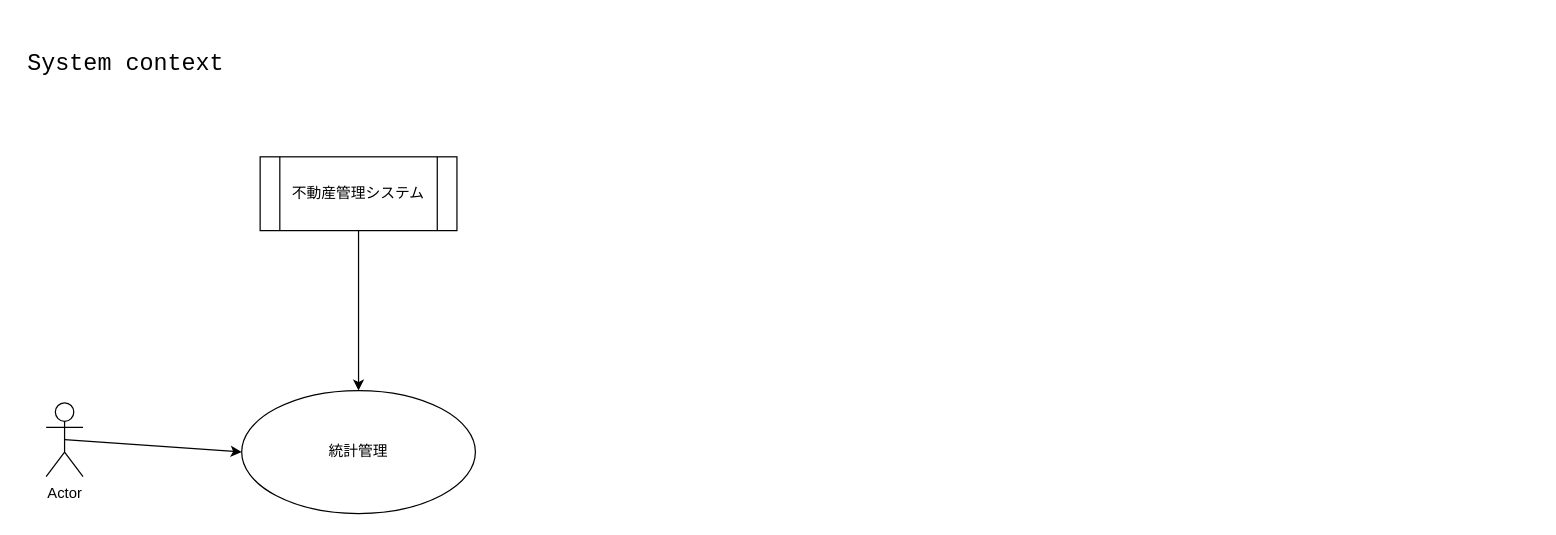
Earlier version of the draw.io diagram page "architecture" (1 of 4) of test.drawio (simple321vip/violin-controller). Source tidied: cells renumbered, new cells numbered last; positions are measured from the earlier drawing's top-left corner, leaving out a move shared by most shapes. Both pictures are drawn from the tidied source at 123%, with x=0, y=0 at pixel (21, 46).
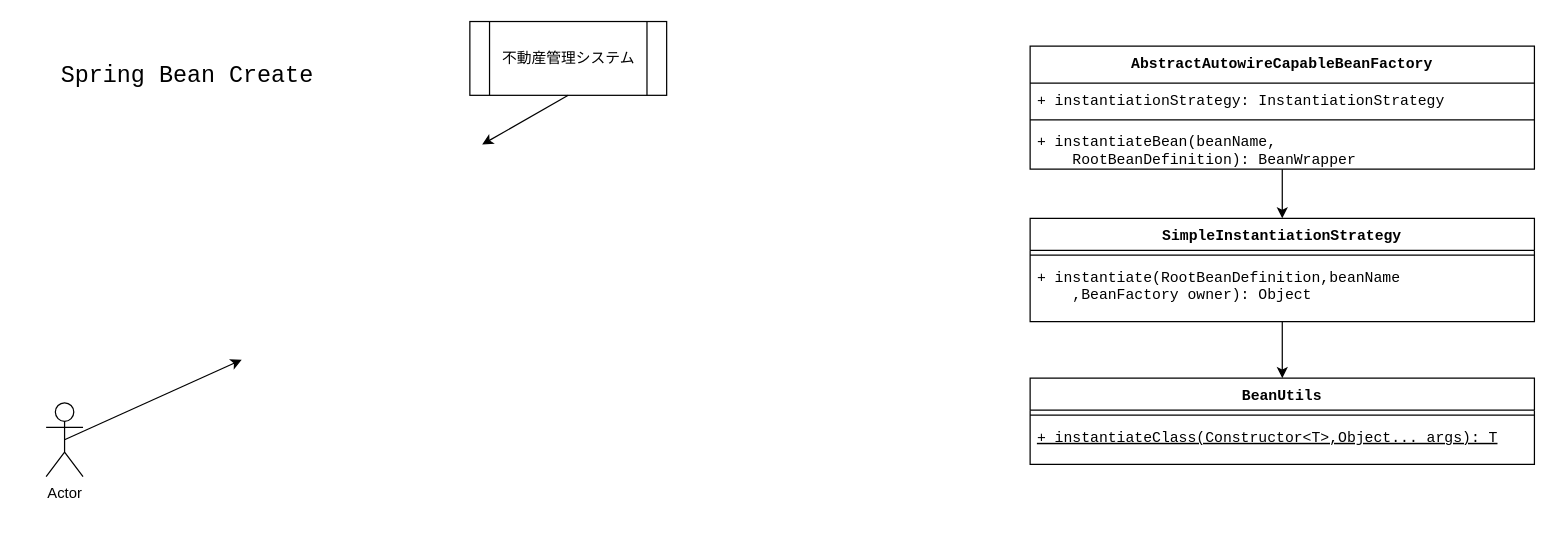
After the change.

The change refers to these unchanged cells:
```xml
<mxCell id="5" value="Actor" style="shape=umlActor;verticalLabelPosition=bottom;verticalAlign=top;html=1;outlineConnect=0;" parent="1" vertex="1">
  <mxGeometry x="20" y="290" width="30" height="60" as="geometry" />
</mxCell>
```

Diff of the diagram source:
```diff
@@
     <mxCell id="2" value="不動産管理システム" style="shape=process;whiteSpace=wrap;html=1;backgroundOutline=1;" parent="1" vertex="1">
-      <mxGeometry x="194" y="90" width="160" height="60" as="geometry" />
+      <mxGeometry x="364.5" y="-20" width="160" height="60" as="geometry" />
     </mxCell>
-    <mxCell id="3" value="統計管理" style="ellipse;whiteSpace=wrap;html=1;" parent="1" vertex="1">
-      <mxGeometry x="179" y="280" width="190" height="100" as="geometry" />
-    </mxCell>
-    <mxCell id="4" style="endArrow=classic;html=1;exitX=0.5;exitY=1;exitDx=0;exitDy=0;entryX=0.5;entryY=0;entryDx=0;entryDy=0;" parent="1" edge="1" source="2" target="3">
-      <mxGeometry relative="1" as="geometry" />
+    <mxCell id="4" style="endArrow=classic;html=1;exitX=0.5;exitY=1;exitDx=0;exitDy=0;entryX=0.5;entryY=0;entryDx=0;entryDy=0;" parent="1" edge="1" source="2">
+      <mxGeometry relative="1" as="geometry">
+        <mxPoint x="374.5" y="80" as="targetPoint" />
+      </mxGeometry>
     </mxCell>
@@
-    <mxCell id="6" style="endArrow=classic;html=1;exitX=0.5;exitY=0.5;exitDx=0;exitDy=0;exitPerimeter=0;entryX=0;entryY=0.5;entryDx=0;entryDy=0;" parent="1" edge="1" source="5" target="3">
-      <mxGeometry relative="1" as="geometry" />
+    <mxCell id="6" style="endArrow=classic;html=1;exitX=0.5;exitY=0.5;exitDx=0;exitDy=0;exitPerimeter=0;entryX=0;entryY=0.5;entryDx=0;entryDy=0;" parent="1" edge="1" source="5">
+      <mxGeometry relative="1" as="geometry">
+        <mxPoint x="179" y="255" as="targetPoint" />
+      </mxGeometry>
     </mxCell>
-    <mxCell id="7" value="System context" style="text;html=1;strokeColor=none;fillColor=none;align=center;verticalAlign=middle;whiteSpace=wrap;rounded=0;fontSize=19;fontFamily=Courier New;" parent="1" vertex="1">
-      <mxGeometry width="170" height="30" as="geometry" />
+    <mxCell id="7" value="Spring Bean Create" style="text;html=1;strokeColor=none;fillColor=none;align=center;verticalAlign=middle;whiteSpace=wrap;rounded=0;fontSize=19;fontFamily=Courier New;" parent="1" vertex="1">
+      <mxGeometry width="270" height="50" as="geometry" />
     </mxCell>
+    <mxCell id="8" value="BeanUtils" style="swimlane;fontStyle=1;align=center;verticalAlign=top;horizontal=1;startSize=26;fontFamily=Courier New;" parent="1" vertex="1">
+      <mxGeometry x="820" y="270" width="410" height="70" as="geometry" />
+    </mxCell>
+    <mxCell id="9" style="line;strokeWidth=1;fillColor=none;align=left;verticalAlign=middle;spacingTop=-1;spacingLeft=3;spacingRight=3;labelPosition=right;" parent="8" vertex="1">
+      <mxGeometry y="26" width="410" height="8" as="geometry" />
+    </mxCell>
+    <mxCell id="10" value="+ instantiateClass(Constructor&lt;T&gt;,Object... args): T" style="text;strokeColor=none;fillColor=none;align=left;verticalAlign=top;spacingLeft=4;spacingRight=4;overflow=hidden;fontStyle=4;fontFamily=Courier New;horizontal=1;" parent="8" vertex="1">
+      <mxGeometry y="34" width="410" height="36" as="geometry" />
+    </mxCell>
+    <mxCell id="11" value="SimpleInstantiationStrategy" style="swimlane;fontStyle=1;align=center;verticalAlign=top;horizontal=1;startSize=26;fontFamily=Courier New;" parent="1" vertex="1">
+      <mxGeometry x="820" y="140" width="410" height="84" as="geometry" />
+    </mxCell>
+    <mxCell id="12" style="line;strokeWidth=1;fillColor=none;align=left;verticalAlign=middle;spacingTop=-1;spacingLeft=3;spacingRight=3;labelPosition=right;fontFamily=Courier New;" parent="11" vertex="1">
+      <mxGeometry y="26" width="410" height="8" as="geometry" />
+    </mxCell>
+    <mxCell id="13" value="+ instantiate(RootBeanDefinition,beanName&#10;    ,BeanFactory owner): Object" style="text;strokeColor=none;fillColor=none;align=left;verticalAlign=top;spacingLeft=4;spacingRight=4;overflow=hidden;points=[[0,0.5],[1,0.5]];portConstraint=eastwest;fontFamily=Courier New;" parent="11" vertex="1">
+      <mxGeometry y="34" width="410" height="50" as="geometry" />
+    </mxCell>
+    <mxCell id="14" style="edgeStyle=none;html=1;fontFamily=Courier New;" parent="1" edge="1" source="15">
+      <mxGeometry relative="1" as="geometry">
+        <mxPoint x="1025" y="140" as="targetPoint" />
+      </mxGeometry>
+    </mxCell>
+    <mxCell id="15" value="AbstractAutowireCapableBeanFactory" style="swimlane;fontStyle=1;align=center;verticalAlign=top;horizontal=1;startSize=30;fontFamily=Courier New;" parent="1" vertex="1">
+      <mxGeometry x="820" width="410" height="100" as="geometry" />
+    </mxCell>
+    <mxCell id="16" value="+ instantiationStrategy: InstantiationStrategy" style="text;strokeColor=none;fillColor=none;align=left;verticalAlign=top;spacingLeft=4;spacingRight=4;overflow=hidden;fontFamily=Courier New;" parent="15" vertex="1">
+      <mxGeometry y="30" width="410" height="26" as="geometry" />
+    </mxCell>
+    <mxCell id="17" style="line;strokeWidth=1;fillColor=none;align=left;verticalAlign=middle;spacingTop=-1;spacingLeft=3;spacingRight=3;labelPosition=right;fontFamily=Courier New;" parent="15" vertex="1">
+      <mxGeometry y="56" width="410" height="8" as="geometry" />
+    </mxCell>
+    <mxCell id="18" value="+ instantiateBean(beanName,&#10;    RootBeanDefinition): BeanWrapper" style="text;strokeColor=none;fillColor=none;align=left;verticalAlign=top;spacingLeft=4;spacingRight=4;overflow=hidden;fontFamily=Courier New;" parent="15" vertex="1">
+      <mxGeometry y="64" width="410" height="36" as="geometry" />
+    </mxCell>
+    <mxCell id="19" style="edgeStyle=none;html=1;fontFamily=Courier New;entryX=0.5;entryY=0;entryDx=0;entryDy=0;" parent="1" edge="1" source="13" target="8">
+      <mxGeometry relative="1" as="geometry" />
+    </mxCell>
```
